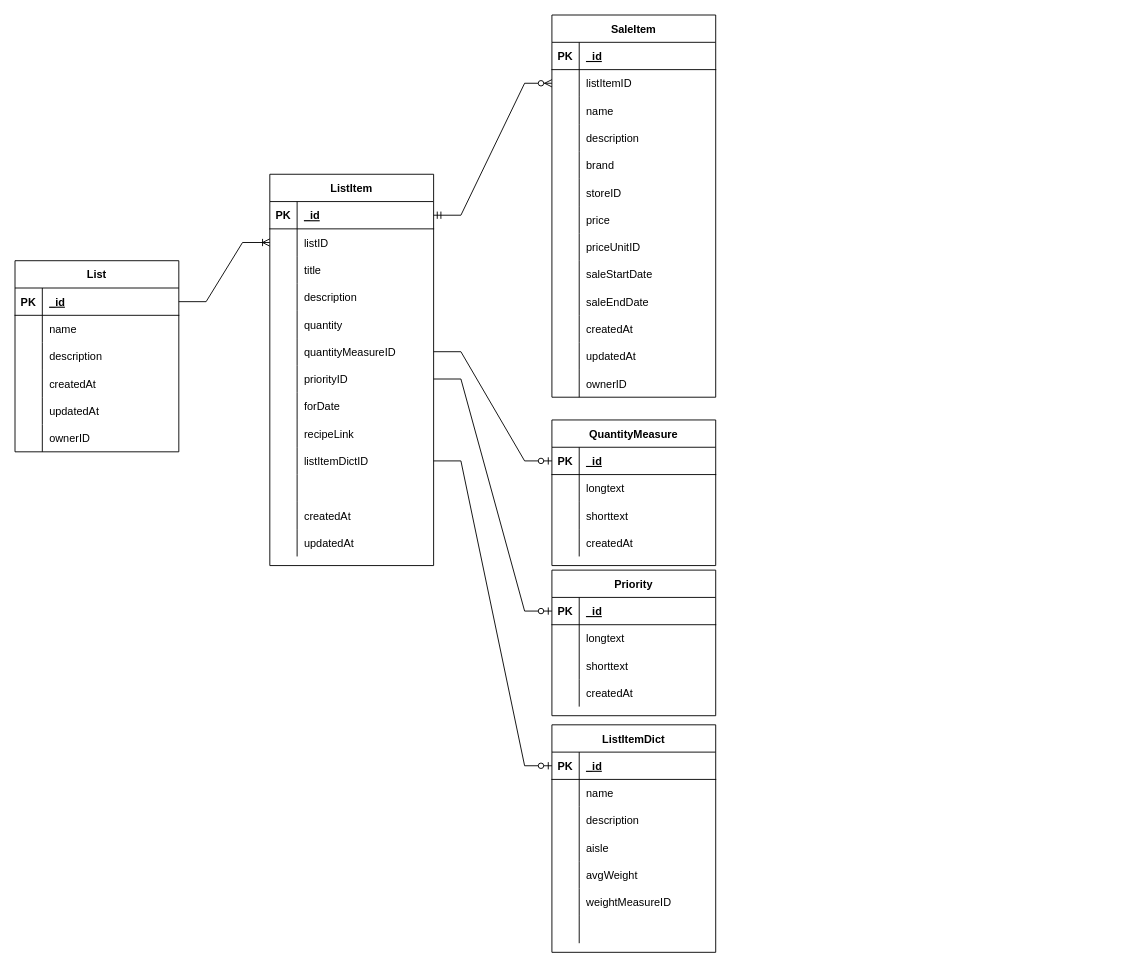
michellemargaret/node-express-mongodb keeps this draw.io diagram as grocery-list.drawio. Above is the earlier version. Source tidied: cells renumbered, new cells numbered last; positions are measured from the earlier drawing's top-left corner, leaving out a move shared by most shapes. Both pictures are drawn from the tidied source at 91%, with x=0, y=0 at pixel (15, 15).
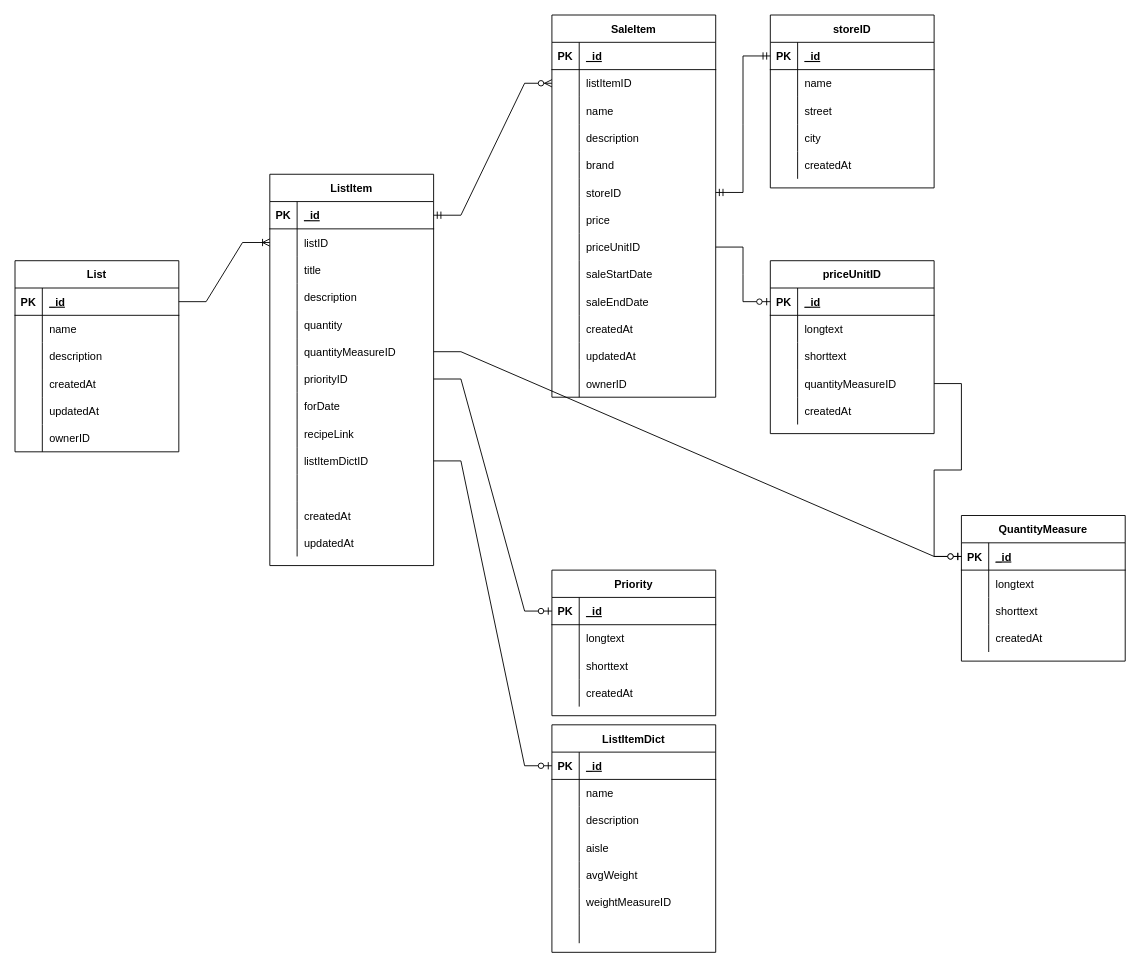
After the change.

The change refers to these unchanged cells:
```xml
<mxCell id="63" style="shape=tableRow;horizontal=0;startSize=0;swimlaneHead=0;swimlaneBody=0;fillColor=none;points=[[0,0.5],[1,0.5]];portConstraint=eastwest;top=0;left=0;right=0;bottom=1;" parent="62" vertex="1">
  <mxGeometry y="30" width="180" height="30" as="geometry" />
</mxCell>
<mxCell id="129" style="shape=tableRow;horizontal=0;startSize=0;swimlaneHead=0;swimlaneBody=0;fillColor=none;points=[[0,0.5],[1,0.5]];portConstraint=eastwest;top=0;left=0;right=0;bottom=0;" parent="113" vertex="1">
  <mxGeometry y="180" width="180" height="30" as="geometry" />
</mxCell>
<mxCell id="135" style="shape=tableRow;horizontal=0;startSize=0;swimlaneHead=0;swimlaneBody=0;fillColor=none;points=[[0,0.5],[1,0.5]];portConstraint=eastwest;top=0;left=0;right=0;bottom=0;" parent="113" vertex="1">
  <mxGeometry y="240" width="180" height="30" as="geometry" />
</mxCell>
```

The edit, as a diff of the source:
```diff
@@
     <mxCell id="62" value="QuantityMeasure" style="shape=table;startSize=30;childLayout=tableLayout;rowLines=0;fontStyle=1;align=center;" parent="1" vertex="1">
-      <mxGeometry x="590" y="445" width="180" height="160" as="geometry" />
+      <mxGeometry x="1040" y="550" width="180" height="160" as="geometry" />
     </mxCell>
@@
+    <mxCell id="154" value="storeID" style="shape=table;startSize=30;childLayout=tableLayout;rowLines=0;fontStyle=1;align=center;" parent="1" vertex="1">
+      <mxGeometry x="830" width="180" height="190" as="geometry" />
+    </mxCell>
+    <mxCell id="155" style="shape=tableRow;horizontal=0;startSize=0;swimlaneHead=0;swimlaneBody=0;fillColor=none;points=[[0,0.5],[1,0.5]];portConstraint=eastwest;top=0;left=0;right=0;bottom=1;" parent="154" vertex="1">
+      <mxGeometry y="30" width="180" height="30" as="geometry" />
+    </mxCell>
+    <mxCell id="156" value="PK" style="shape=partialRectangle;fillColor=none;top=0;left=0;bottom=0;right=0;fontStyle=1;overflow=hidden;" parent="155" vertex="1">
+      <mxGeometry width="30" height="30" as="geometry" />
+    </mxCell>
+    <mxCell id="157" value="_id" style="shape=partialRectangle;fillColor=none;top=0;left=0;bottom=0;right=0;align=left;spacingLeft=6;fontStyle=5;overflow=hidden;" parent="155" vertex="1">
+      <mxGeometry x="30" width="150" height="30" as="geometry" />
+    </mxCell>
+    <mxCell id="158" style="shape=tableRow;horizontal=0;startSize=0;swimlaneHead=0;swimlaneBody=0;fillColor=none;top=0;left=0;right=0;bottom=0;" parent="154" vertex="1">
+      <mxGeometry y="60" width="180" height="30" as="geometry" />
+    </mxCell>
+    <mxCell id="159" style="shape=partialRectangle;fillColor=none;top=0;left=0;bottom=0;right=0;overflow=hidden;" parent="158" vertex="1">
+      <mxGeometry width="30" height="30" as="geometry" />
+    </mxCell>
+    <mxCell id="160" value="name" style="shape=partialRectangle;fillColor=none;top=0;left=0;bottom=0;right=0;align=left;spacingLeft=6;overflow=hidden;" parent="158" vertex="1">
+      <mxGeometry x="30" width="150" height="30" as="geometry" />
+    </mxCell>
+    <mxCell id="161" style="shape=tableRow;horizontal=0;startSize=0;swimlaneHead=0;swimlaneBody=0;fillColor=none;top=0;left=0;right=0;bottom=0;" parent="154" vertex="1">
+      <mxGeometry y="90" width="180" height="30" as="geometry" />
+    </mxCell>
+    <mxCell id="162" style="shape=partialRectangle;fillColor=none;top=0;left=0;bottom=0;right=0;overflow=hidden;" parent="161" vertex="1">
+      <mxGeometry width="30" height="30" as="geometry" />
+    </mxCell>
+    <mxCell id="163" value="street" style="shape=partialRectangle;fillColor=none;top=0;left=0;bottom=0;right=0;align=left;spacingLeft=6;overflow=hidden;" parent="161" vertex="1">
+      <mxGeometry x="30" width="150" height="30" as="geometry" />
+    </mxCell>
+    <mxCell id="164" style="shape=tableRow;horizontal=0;startSize=0;swimlaneHead=0;swimlaneBody=0;fillColor=none;top=0;left=0;right=0;bottom=0;" parent="154" vertex="1">
+      <mxGeometry y="120" width="180" height="30" as="geometry" />
+    </mxCell>
+    <mxCell id="165" style="shape=partialRectangle;fillColor=none;top=0;left=0;bottom=0;right=0;overflow=hidden;" parent="164" vertex="1">
+      <mxGeometry width="30" height="30" as="geometry" />
+    </mxCell>
+    <mxCell id="166" value="city" style="shape=partialRectangle;fillColor=none;top=0;left=0;bottom=0;right=0;align=left;spacingLeft=6;overflow=hidden;" parent="164" vertex="1">
+      <mxGeometry x="30" width="150" height="30" as="geometry" />
+    </mxCell>
+    <mxCell id="167" style="shape=tableRow;horizontal=0;startSize=0;swimlaneHead=0;swimlaneBody=0;fillColor=none;top=0;left=0;right=0;bottom=0;" parent="154" vertex="1">
+      <mxGeometry y="150" width="180" height="30" as="geometry" />
+    </mxCell>
+    <mxCell id="168" style="shape=partialRectangle;fillColor=none;top=0;left=0;bottom=0;right=0;overflow=hidden;" parent="167" vertex="1">
+      <mxGeometry width="30" height="30" as="geometry" />
+    </mxCell>
+    <mxCell id="169" value="createdAt" style="shape=partialRectangle;fillColor=none;top=0;left=0;bottom=0;right=0;align=left;spacingLeft=6;overflow=hidden;" parent="167" vertex="1">
+      <mxGeometry x="30" width="150" height="30" as="geometry" />
+    </mxCell>
+    <mxCell id="170" value="priceUnitID" style="shape=table;startSize=30;childLayout=tableLayout;rowLines=0;fontStyle=1;align=center;" parent="1" vertex="1">
+      <mxGeometry x="830" y="270" width="180" height="190" as="geometry" />
+    </mxCell>
+    <mxCell id="171" style="shape=tableRow;horizontal=0;startSize=0;swimlaneHead=0;swimlaneBody=0;fillColor=none;points=[[0,0.5],[1,0.5]];portConstraint=eastwest;top=0;left=0;right=0;bottom=1;" parent="170" vertex="1">
+      <mxGeometry y="30" width="180" height="30" as="geometry" />
+    </mxCell>
+    <mxCell id="172" value="PK" style="shape=partialRectangle;fillColor=none;top=0;left=0;bottom=0;right=0;fontStyle=1;overflow=hidden;" parent="171" vertex="1">
+      <mxGeometry width="30" height="30" as="geometry" />
+    </mxCell>
+    <mxCell id="173" value="_id" style="shape=partialRectangle;fillColor=none;top=0;left=0;bottom=0;right=0;align=left;spacingLeft=6;fontStyle=5;overflow=hidden;" parent="171" vertex="1">
+      <mxGeometry x="30" width="150" height="30" as="geometry" />
+    </mxCell>
+    <mxCell id="174" style="shape=tableRow;horizontal=0;startSize=0;swimlaneHead=0;swimlaneBody=0;fillColor=none;top=0;left=0;right=0;bottom=0;" parent="170" vertex="1">
+      <mxGeometry y="60" width="180" height="30" as="geometry" />
+    </mxCell>
+    <mxCell id="175" style="shape=partialRectangle;fillColor=none;top=0;left=0;bottom=0;right=0;overflow=hidden;" parent="174" vertex="1">
+      <mxGeometry width="30" height="30" as="geometry" />
+    </mxCell>
+    <mxCell id="176" value="longtext" style="shape=partialRectangle;fillColor=none;top=0;left=0;bottom=0;right=0;align=left;spacingLeft=6;overflow=hidden;" parent="174" vertex="1">
+      <mxGeometry x="30" width="150" height="30" as="geometry" />
+    </mxCell>
+    <mxCell id="177" style="shape=tableRow;horizontal=0;startSize=0;swimlaneHead=0;swimlaneBody=0;fillColor=none;top=0;left=0;right=0;bottom=0;" parent="170" vertex="1">
+      <mxGeometry y="90" width="180" height="30" as="geometry" />
+    </mxCell>
+    <mxCell id="178" style="shape=partialRectangle;fillColor=none;top=0;left=0;bottom=0;right=0;overflow=hidden;" parent="177" vertex="1">
+      <mxGeometry width="30" height="30" as="geometry" />
+    </mxCell>
+    <mxCell id="179" value="shorttext" style="shape=partialRectangle;fillColor=none;top=0;left=0;bottom=0;right=0;align=left;spacingLeft=6;overflow=hidden;" parent="177" vertex="1">
+      <mxGeometry x="30" width="150" height="30" as="geometry" />
+    </mxCell>
+    <mxCell id="180" style="shape=tableRow;horizontal=0;startSize=0;swimlaneHead=0;swimlaneBody=0;fillColor=none;points=[[0,0.5],[1,0.5]];portConstraint=eastwest;top=0;left=0;right=0;bottom=0;" parent="170" vertex="1">
+      <mxGeometry y="120" width="180" height="30" as="geometry" />
+    </mxCell>
+    <mxCell id="181" style="shape=partialRectangle;fillColor=none;top=0;left=0;bottom=0;right=0;overflow=hidden;" parent="180" vertex="1">
+      <mxGeometry width="30" height="30" as="geometry" />
+    </mxCell>
+    <mxCell id="182" value="quantityMeasureID" style="shape=partialRectangle;fillColor=none;top=0;left=0;bottom=0;right=0;align=left;spacingLeft=6;overflow=hidden;" parent="180" vertex="1">
+      <mxGeometry x="30" width="150" height="30" as="geometry" />
+    </mxCell>
+    <mxCell id="183" style="shape=tableRow;horizontal=0;startSize=0;swimlaneHead=0;swimlaneBody=0;fillColor=none;top=0;left=0;right=0;bottom=0;" parent="170" vertex="1">
+      <mxGeometry y="150" width="180" height="30" as="geometry" />
+    </mxCell>
+    <mxCell id="184" style="shape=partialRectangle;fillColor=none;top=0;left=0;bottom=0;right=0;overflow=hidden;" parent="183" vertex="1">
+      <mxGeometry width="30" height="30" as="geometry" />
+    </mxCell>
+    <mxCell id="185" value="createdAt" style="shape=partialRectangle;fillColor=none;top=0;left=0;bottom=0;right=0;align=left;spacingLeft=6;overflow=hidden;" parent="183" vertex="1">
+      <mxGeometry x="30" width="150" height="30" as="geometry" />
+    </mxCell>
+    <mxCell id="186" style="edgeStyle=entityRelationEdgeStyle;fontSize=12;html=1;endArrow=ERzeroToOne;endFill=1;rounded=0;exitX=1;exitY=0.5;exitDx=0;exitDy=0;entryX=0;entryY=0.5;entryDx=0;entryDy=0;" parent="1" edge="1" source="135" target="171">
+      <mxGeometry relative="1" as="geometry" />
+    </mxCell>
+    <mxCell id="187" style="edgeStyle=entityRelationEdgeStyle;fontSize=12;html=1;endArrow=ERzeroToOne;endFill=1;rounded=0;entryX=0;entryY=0.5;entryDx=0;entryDy=0;exitX=1;exitY=0.5;exitDx=0;exitDy=0;" parent="1" edge="1" source="180" target="63">
+      <mxGeometry relative="1" as="geometry" />
+    </mxCell>
+    <mxCell id="188" style="edgeStyle=entityRelationEdgeStyle;fontSize=12;html=1;endArrow=ERmandOne;startArrow=ERmandOne;rounded=0;entryX=0;entryY=0.5;entryDx=0;entryDy=0;exitX=1;exitY=0.5;exitDx=0;exitDy=0;" parent="1" edge="1" source="129" target="155">
+      <mxGeometry relative="1" as="geometry" />
+    </mxCell>
```
